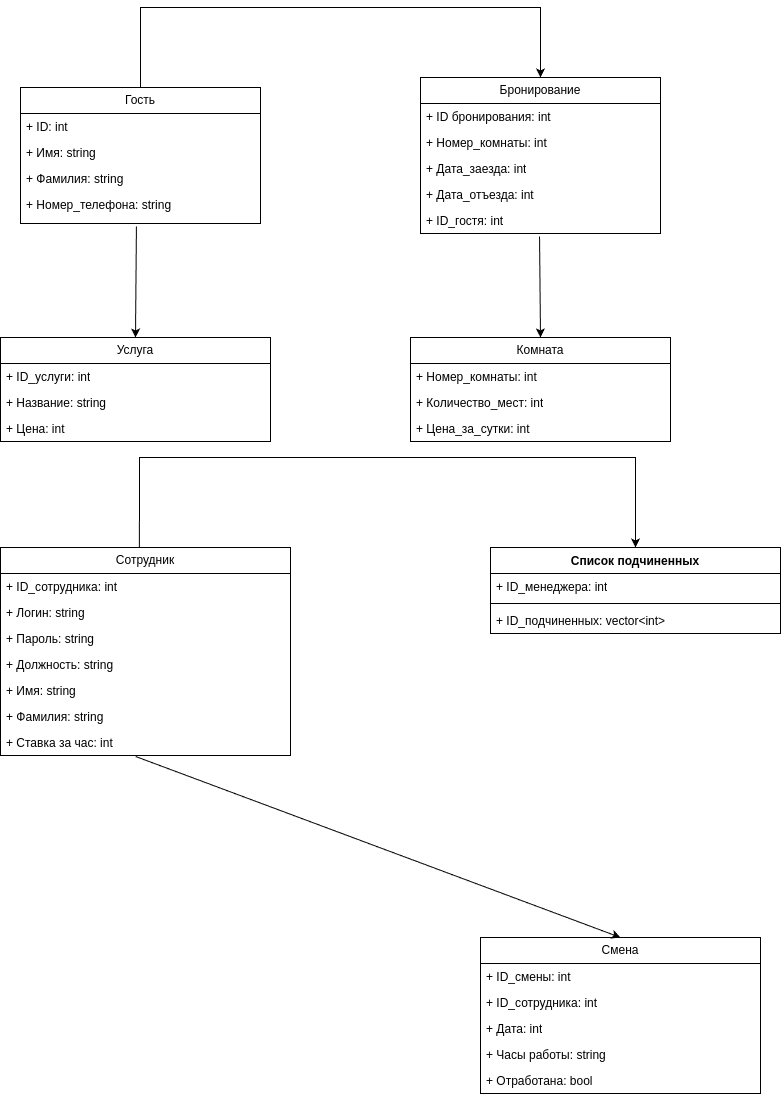
Above: project/uml_classes.drawio.png in arinazzz/DBMS (draw.io), before the change. Source tidied: cells renumbered, new cells last; positions are measured from the earlier drawing's top-left corner, leaving out a move shared by most shapes. The source it was exported from:
```xml
<mxGraphModel>
  <root>
    <mxCell id="0" />
    <mxCell id="1" parent="0" />
    <mxCell id="2" value="Гость" style="swimlane;fontStyle=0;horizontal=1;startSize=26;fillColor=none;whiteSpace=wrap;html=1;" parent="1" vertex="1">
      <mxGeometry x="20" y="80" width="240" height="136" as="geometry" />
    </mxCell>
    <mxCell id="3" value="+ ID: int" style="text;strokeColor=none;fillColor=none;align=left;verticalAlign=top;spacingLeft=4;spacingRight=4;overflow=hidden;whiteSpace=wrap;html=1;" parent="2" vertex="1">
      <mxGeometry y="26" width="240" height="26" as="geometry" />
    </mxCell>
    <mxCell id="4" value="+ Имя: string" style="text;strokeColor=none;fillColor=none;align=left;verticalAlign=top;spacingLeft=4;spacingRight=4;overflow=hidden;whiteSpace=wrap;html=1;" parent="2" vertex="1">
      <mxGeometry y="52" width="240" height="26" as="geometry" />
    </mxCell>
    <mxCell id="5" value="+ Фамилия: string" style="text;strokeColor=none;fillColor=none;align=left;verticalAlign=top;spacingLeft=4;spacingRight=4;overflow=hidden;whiteSpace=wrap;html=1;" parent="2" vertex="1">
      <mxGeometry y="78" width="240" height="26" as="geometry" />
    </mxCell>
    <mxCell id="6" value="+ Номер_телефона: string" style="text;strokeColor=none;fillColor=none;align=left;verticalAlign=top;spacingLeft=4;spacingRight=4;overflow=hidden;points=[[0,0.5],[1,0.5]];portConstraint=eastwest;whiteSpace=wrap;html=1;" parent="2" vertex="1">
      <mxGeometry y="104" width="240" height="32" as="geometry" />
    </mxCell>
    <mxCell id="7" value="Бронирование" style="swimlane;fontStyle=0;horizontal=1;startSize=26;fillColor=none;whiteSpace=wrap;html=1;" parent="1" vertex="1">
      <mxGeometry x="420" y="70" width="240" height="156" as="geometry" />
    </mxCell>
    <mxCell id="8" value="+ ID бронирования: int" style="text;strokeColor=none;fillColor=none;align=left;verticalAlign=top;spacingLeft=4;spacingRight=4;overflow=hidden;whiteSpace=wrap;html=1;" parent="7" vertex="1">
      <mxGeometry y="26" width="240" height="26" as="geometry" />
    </mxCell>
    <mxCell id="9" value="+ Номер_комнаты: int" style="text;strokeColor=none;fillColor=none;align=left;verticalAlign=top;spacingLeft=4;spacingRight=4;overflow=hidden;whiteSpace=wrap;html=1;" parent="7" vertex="1">
      <mxGeometry y="52" width="240" height="26" as="geometry" />
    </mxCell>
    <mxCell id="10" value="+ Дата_заезда: int" style="text;strokeColor=none;fillColor=none;align=left;verticalAlign=top;spacingLeft=4;spacingRight=4;overflow=hidden;whiteSpace=wrap;html=1;" parent="7" vertex="1">
      <mxGeometry y="78" width="240" height="26" as="geometry" />
    </mxCell>
    <mxCell id="11" value="+ Дата_отъезда: int" style="text;strokeColor=none;fillColor=none;align=left;verticalAlign=top;spacingLeft=4;spacingRight=4;overflow=hidden;whiteSpace=wrap;html=1;" parent="7" vertex="1">
      <mxGeometry y="104" width="240" height="26" as="geometry" />
    </mxCell>
    <mxCell id="12" value="+ ID_гостя: int" style="text;strokeColor=none;fillColor=none;align=left;verticalAlign=top;spacingLeft=4;spacingRight=4;overflow=hidden;points=[[0,0.5],[1,0.5]];portConstraint=eastwest;whiteSpace=wrap;html=1;" parent="7" vertex="1">
      <mxGeometry y="130" width="240" height="26" as="geometry" />
    </mxCell>
    <mxCell id="13" style="endArrow=classic;html=1;rounded=0;exitX=0.5;exitY=0;exitDx=0;exitDy=0;entryX=0.5;entryY=0;entryDx=0;entryDy=0;" parent="1" edge="1" source="2" target="7">
      <mxGeometry relative="1" as="geometry">
        <Array as="points">
          <mxPoint x="140" />
          <mxPoint x="540" />
        </Array>
      </mxGeometry>
    </mxCell>
    <mxCell id="14" value="Комната" style="swimlane;fontStyle=0;horizontal=1;startSize=26;fillColor=none;whiteSpace=wrap;html=1;" parent="1" vertex="1">
      <mxGeometry x="410" y="330" width="260" height="104" as="geometry" />
    </mxCell>
    <mxCell id="15" value="+ Номер_комнаты: int" style="text;strokeColor=none;fillColor=none;align=left;verticalAlign=top;spacingLeft=4;spacingRight=4;overflow=hidden;whiteSpace=wrap;html=1;" parent="14" vertex="1">
      <mxGeometry y="26" width="260" height="26" as="geometry" />
    </mxCell>
    <mxCell id="16" value="+ Количество_мест: int" style="text;strokeColor=none;fillColor=none;align=left;verticalAlign=top;spacingLeft=4;spacingRight=4;overflow=hidden;whiteSpace=wrap;html=1;" parent="14" vertex="1">
      <mxGeometry y="52" width="260" height="26" as="geometry" />
    </mxCell>
    <mxCell id="17" value="+ Цена_за_сутки: int" style="text;strokeColor=none;fillColor=none;align=left;verticalAlign=top;spacingLeft=4;spacingRight=4;overflow=hidden;whiteSpace=wrap;html=1;" parent="14" vertex="1">
      <mxGeometry y="78" width="260" height="26" as="geometry" />
    </mxCell>
    <mxCell id="18" style="endArrow=classic;html=1;rounded=0;entryX=0.5;entryY=0;entryDx=0;entryDy=0;exitX=0.496;exitY=1.115;exitDx=0;exitDy=0;exitPerimeter=0;" parent="1" edge="1" source="12" target="14">
      <mxGeometry relative="1" as="geometry" />
    </mxCell>
    <mxCell id="19" value="Услуга" style="swimlane;fontStyle=0;horizontal=1;startSize=26;fillColor=none;whiteSpace=wrap;html=1;" parent="1" vertex="1">
      <mxGeometry y="330" width="270" height="104" as="geometry" />
    </mxCell>
    <mxCell id="20" value="+ ID_услуги: int" style="text;strokeColor=none;fillColor=none;align=left;verticalAlign=top;spacingLeft=4;spacingRight=4;overflow=hidden;whiteSpace=wrap;html=1;" parent="19" vertex="1">
      <mxGeometry y="26" width="270" height="26" as="geometry" />
    </mxCell>
    <mxCell id="21" value="+ Название: string" style="text;strokeColor=none;fillColor=none;align=left;verticalAlign=top;spacingLeft=4;spacingRight=4;overflow=hidden;whiteSpace=wrap;html=1;" parent="19" vertex="1">
      <mxGeometry y="52" width="270" height="26" as="geometry" />
    </mxCell>
    <mxCell id="22" value="+ Цена: int" style="text;strokeColor=none;fillColor=none;align=left;verticalAlign=top;spacingLeft=4;spacingRight=4;overflow=hidden;whiteSpace=wrap;html=1;" parent="19" vertex="1">
      <mxGeometry y="78" width="270" height="26" as="geometry" />
    </mxCell>
    <mxCell id="23" style="endArrow=classic;html=1;rounded=0;exitX=0.483;exitY=1.094;exitDx=0;exitDy=0;exitPerimeter=0;entryX=0.5;entryY=0;entryDx=0;entryDy=0;" parent="1" edge="1" source="6" target="19">
      <mxGeometry relative="1" as="geometry" />
    </mxCell>
    <mxCell id="24" value="Сотрудник" style="swimlane;fontStyle=0;horizontal=1;startSize=26;fillColor=none;whiteSpace=wrap;html=1;" parent="1" vertex="1">
      <mxGeometry y="540" width="290" height="208" as="geometry" />
    </mxCell>
    <mxCell id="25" value="+ ID_сотрудника: int" style="text;strokeColor=none;fillColor=none;align=left;verticalAlign=top;spacingLeft=4;spacingRight=4;overflow=hidden;whiteSpace=wrap;html=1;" parent="24" vertex="1">
      <mxGeometry y="26" width="290" height="26" as="geometry" />
    </mxCell>
    <mxCell id="26" value="+ Логин: string" style="text;strokeColor=none;fillColor=none;align=left;verticalAlign=top;spacingLeft=4;spacingRight=4;overflow=hidden;whiteSpace=wrap;html=1;" parent="24" vertex="1">
      <mxGeometry y="52" width="290" height="26" as="geometry" />
    </mxCell>
    <mxCell id="27" value="+ Пароль: string" style="text;strokeColor=none;fillColor=none;align=left;verticalAlign=top;spacingLeft=4;spacingRight=4;overflow=hidden;whiteSpace=wrap;html=1;" parent="24" vertex="1">
      <mxGeometry y="78" width="290" height="26" as="geometry" />
    </mxCell>
    <mxCell id="28" value="+ Должность: string" style="text;strokeColor=none;fillColor=none;align=left;verticalAlign=top;spacingLeft=4;spacingRight=4;overflow=hidden;whiteSpace=wrap;html=1;" parent="24" vertex="1">
      <mxGeometry y="104" width="290" height="26" as="geometry" />
    </mxCell>
    <mxCell id="29" value="+ Имя: string" style="text;strokeColor=none;fillColor=none;align=left;verticalAlign=top;spacingLeft=4;spacingRight=4;overflow=hidden;whiteSpace=wrap;html=1;" parent="24" vertex="1">
      <mxGeometry y="130" width="290" height="26" as="geometry" />
    </mxCell>
    <mxCell id="30" value="+ Фамилия: string" style="text;strokeColor=none;fillColor=none;align=left;verticalAlign=top;spacingLeft=4;spacingRight=4;overflow=hidden;whiteSpace=wrap;html=1;" parent="24" vertex="1">
      <mxGeometry y="156" width="290" height="26" as="geometry" />
    </mxCell>
    <mxCell id="31" value="+ Ставка за час: int" style="text;strokeColor=none;fillColor=none;align=left;verticalAlign=top;spacingLeft=4;spacingRight=4;overflow=hidden;points=[[0,0.5],[1,0.5]];portConstraint=eastwest;whiteSpace=wrap;html=1;" parent="24" vertex="1">
      <mxGeometry y="182" width="290" height="26" as="geometry" />
    </mxCell>
    <mxCell id="32" value="Список подчиненных" style="swimlane;fontStyle=1;align=center;verticalAlign=top;horizontal=1;startSize=26;whiteSpace=wrap;html=1;" parent="1" vertex="1">
      <mxGeometry x="490" y="540" width="290" height="86" as="geometry" />
    </mxCell>
    <mxCell id="33" value="+ ID_менеджера: int" style="text;strokeColor=none;fillColor=none;align=left;verticalAlign=top;spacingLeft=4;spacingRight=4;overflow=hidden;whiteSpace=wrap;html=1;" parent="32" vertex="1">
      <mxGeometry y="26" width="290" height="26" as="geometry" />
    </mxCell>
    <mxCell id="34" style="line;strokeWidth=1;fillColor=none;align=left;verticalAlign=middle;spacingTop=-1;spacingLeft=3;spacingRight=3;labelPosition=right;strokeColor=inherit;" parent="32" vertex="1">
      <mxGeometry y="52" width="290" height="8" as="geometry" />
    </mxCell>
    <mxCell id="35" value="+ ID_подчиненных: vector&amp;lt;int&amp;gt;&amp;nbsp;" style="text;strokeColor=none;fillColor=none;align=left;verticalAlign=top;spacingLeft=4;spacingRight=4;overflow=hidden;whiteSpace=wrap;html=1;" parent="32" vertex="1">
      <mxGeometry y="60" width="290" height="26" as="geometry" />
    </mxCell>
    <mxCell id="36" style="endArrow=classic;html=1;rounded=0;exitX=0.479;exitY=0;exitDx=0;exitDy=0;exitPerimeter=0;entryX=0.5;entryY=0;entryDx=0;entryDy=0;" parent="1" edge="1" source="24" target="32">
      <mxGeometry relative="1" as="geometry">
        <Array as="points">
          <mxPoint x="139" y="450" />
          <mxPoint x="635" y="450" />
        </Array>
      </mxGeometry>
    </mxCell>
    <mxCell id="37" value="Смена" style="swimlane;fontStyle=0;horizontal=1;startSize=26;fillColor=none;whiteSpace=wrap;html=1;" parent="1" vertex="1">
      <mxGeometry x="480" y="930" width="280" height="156" as="geometry" />
    </mxCell>
    <mxCell id="38" value="+ ID_смены: int" style="text;strokeColor=none;fillColor=none;align=left;verticalAlign=top;spacingLeft=4;spacingRight=4;overflow=hidden;whiteSpace=wrap;html=1;" parent="37" vertex="1">
      <mxGeometry y="26" width="280" height="26" as="geometry" />
    </mxCell>
    <mxCell id="39" value="+ ID_сотрудника: int" style="text;strokeColor=none;fillColor=none;align=left;verticalAlign=top;spacingLeft=4;spacingRight=4;overflow=hidden;whiteSpace=wrap;html=1;" parent="37" vertex="1">
      <mxGeometry y="52" width="280" height="26" as="geometry" />
    </mxCell>
    <mxCell id="40" value="+ Дата: int" style="text;strokeColor=none;fillColor=none;align=left;verticalAlign=top;spacingLeft=4;spacingRight=4;overflow=hidden;whiteSpace=wrap;html=1;" parent="37" vertex="1">
      <mxGeometry y="78" width="280" height="26" as="geometry" />
    </mxCell>
    <mxCell id="41" value="+ Часы работы: string" style="text;strokeColor=none;fillColor=none;align=left;verticalAlign=top;spacingLeft=4;spacingRight=4;overflow=hidden;whiteSpace=wrap;html=1;" parent="37" vertex="1">
      <mxGeometry y="104" width="280" height="26" as="geometry" />
    </mxCell>
    <mxCell id="42" value="+ Отработана: bool" style="text;strokeColor=none;fillColor=none;align=left;verticalAlign=top;spacingLeft=4;spacingRight=4;overflow=hidden;whiteSpace=wrap;html=1;" parent="37" vertex="1">
      <mxGeometry y="130" width="280" height="26" as="geometry" />
    </mxCell>
    <mxCell id="43" style="endArrow=classic;html=1;rounded=0;exitX=0.466;exitY=1.038;exitDx=0;exitDy=0;exitPerimeter=0;entryX=0.5;entryY=0;entryDx=0;entryDy=0;" parent="1" edge="1" source="31" target="37">
      <mxGeometry relative="1" as="geometry" />
    </mxCell>
  </root>
</mxGraphModel>
```
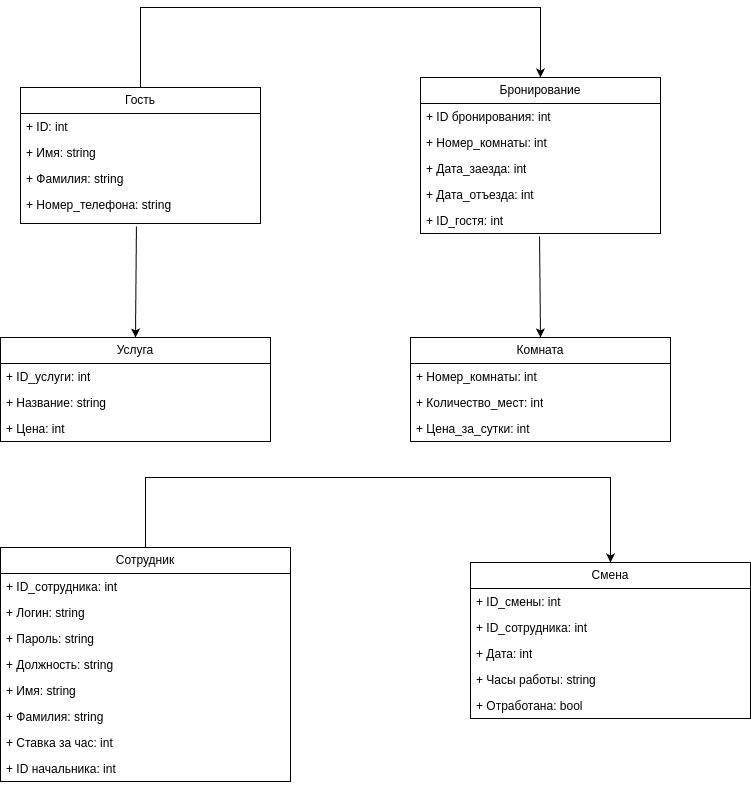
After the commit.

Change to the diagram source:
```diff
@@ -74,7 +74,7 @@
       <mxGeometry relative="1" as="geometry" />
     </mxCell>
     <mxCell id="24" value="Сотрудник" style="swimlane;fontStyle=0;horizontal=1;startSize=26;fillColor=none;whiteSpace=wrap;html=1;" parent="1" vertex="1">
-      <mxGeometry y="540" width="290" height="208" as="geometry" />
+      <mxGeometry y="540" width="290" height="234" as="geometry" />
     </mxCell>
     <mxCell id="25" value="+ ID_сотрудника: int" style="text;strokeColor=none;fillColor=none;align=left;verticalAlign=top;spacingLeft=4;spacingRight=4;overflow=hidden;whiteSpace=wrap;html=1;" parent="24" vertex="1">
       <mxGeometry y="26" width="290" height="26" as="geometry" />
@@ -97,28 +97,11 @@
     <mxCell id="31" value="+ Ставка за час: int" style="text;strokeColor=none;fillColor=none;align=left;verticalAlign=top;spacingLeft=4;spacingRight=4;overflow=hidden;points=[[0,0.5],[1,0.5]];portConstraint=eastwest;whiteSpace=wrap;html=1;" parent="24" vertex="1">
       <mxGeometry y="182" width="290" height="26" as="geometry" />
     </mxCell>
-    <mxCell id="32" value="Список подчиненных" style="swimlane;fontStyle=1;align=center;verticalAlign=top;horizontal=1;startSize=26;whiteSpace=wrap;html=1;" parent="1" vertex="1">
-      <mxGeometry x="490" y="540" width="290" height="86" as="geometry" />
-    </mxCell>
-    <mxCell id="33" value="+ ID_менеджера: int" style="text;strokeColor=none;fillColor=none;align=left;verticalAlign=top;spacingLeft=4;spacingRight=4;overflow=hidden;whiteSpace=wrap;html=1;" parent="32" vertex="1">
-      <mxGeometry y="26" width="290" height="26" as="geometry" />
-    </mxCell>
-    <mxCell id="34" style="line;strokeWidth=1;fillColor=none;align=left;verticalAlign=middle;spacingTop=-1;spacingLeft=3;spacingRight=3;labelPosition=right;strokeColor=inherit;" parent="32" vertex="1">
-      <mxGeometry y="52" width="290" height="8" as="geometry" />
-    </mxCell>
-    <mxCell id="35" value="+ ID_подчиненных: vector&amp;lt;int&amp;gt;&amp;nbsp;" style="text;strokeColor=none;fillColor=none;align=left;verticalAlign=top;spacingLeft=4;spacingRight=4;overflow=hidden;whiteSpace=wrap;html=1;" parent="32" vertex="1">
-      <mxGeometry y="60" width="290" height="26" as="geometry" />
-    </mxCell>
-    <mxCell id="36" style="endArrow=classic;html=1;rounded=0;exitX=0.479;exitY=0;exitDx=0;exitDy=0;exitPerimeter=0;entryX=0.5;entryY=0;entryDx=0;entryDy=0;" parent="1" edge="1" source="24" target="32">
-      <mxGeometry relative="1" as="geometry">
-        <Array as="points">
-          <mxPoint x="139" y="450" />
-          <mxPoint x="635" y="450" />
-        </Array>
-      </mxGeometry>
-    </mxCell>
+    <mxCell id="44" value="+ ID начальника: int" style="text;strokeColor=none;fillColor=none;align=left;verticalAlign=top;spacingLeft=4;spacingRight=4;overflow=hidden;whiteSpace=wrap;html=1;" parent="24" vertex="1">
+      <mxGeometry y="208" width="290" height="26" as="geometry" />
+    </mxCell>
     <mxCell id="37" value="Смена" style="swimlane;fontStyle=0;horizontal=1;startSize=26;fillColor=none;whiteSpace=wrap;html=1;" parent="1" vertex="1">
-      <mxGeometry x="480" y="930" width="280" height="156" as="geometry" />
+      <mxGeometry x="470" y="555" width="280" height="156" as="geometry" />
     </mxCell>
     <mxCell id="38" value="+ ID_смены: int" style="text;strokeColor=none;fillColor=none;align=left;verticalAlign=top;spacingLeft=4;spacingRight=4;overflow=hidden;whiteSpace=wrap;html=1;" parent="37" vertex="1">
       <mxGeometry y="26" width="280" height="26" as="geometry" />
@@ -135,8 +118,13 @@
     <mxCell id="42" value="+ Отработана: bool" style="text;strokeColor=none;fillColor=none;align=left;verticalAlign=top;spacingLeft=4;spacingRight=4;overflow=hidden;whiteSpace=wrap;html=1;" parent="37" vertex="1">
       <mxGeometry y="130" width="280" height="26" as="geometry" />
     </mxCell>
-    <mxCell id="43" style="endArrow=classic;html=1;rounded=0;exitX=0.466;exitY=1.038;exitDx=0;exitDy=0;exitPerimeter=0;entryX=0.5;entryY=0;entryDx=0;entryDy=0;" parent="1" edge="1" source="31" target="37">
-      <mxGeometry relative="1" as="geometry" />
+    <mxCell id="43" style="endArrow=classic;html=1;rounded=0;exitX=0.5;exitY=0;exitDx=0;exitDy=0;entryX=0.5;entryY=0;entryDx=0;entryDy=0;" parent="1" edge="1" source="24" target="37">
+      <mxGeometry relative="1" as="geometry">
+        <Array as="points">
+          <mxPoint x="145" y="470" />
+          <mxPoint x="610" y="470" />
+        </Array>
+      </mxGeometry>
     </mxCell>
   </root>
 </mxGraphModel>
```
